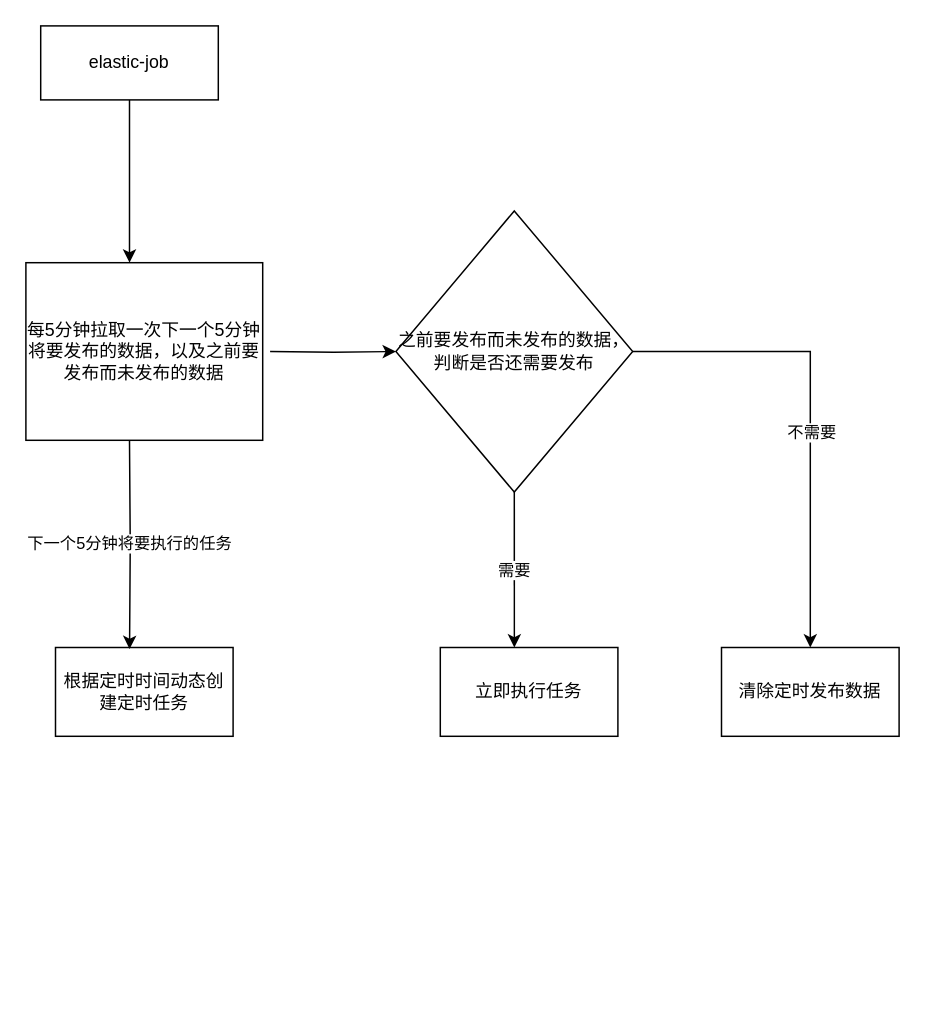
The draw.io diagram Untitled Diagram.drawio in 1363797161/fang, before the edit. Source tidied: cells renumbered, new cells numbered last; positions are measured from the earlier drawing's top-left corner, leaving out a move shared by most shapes. Both pictures are drawn from the tidied source at 148%, with x=0, y=0 at pixel (25, 25).
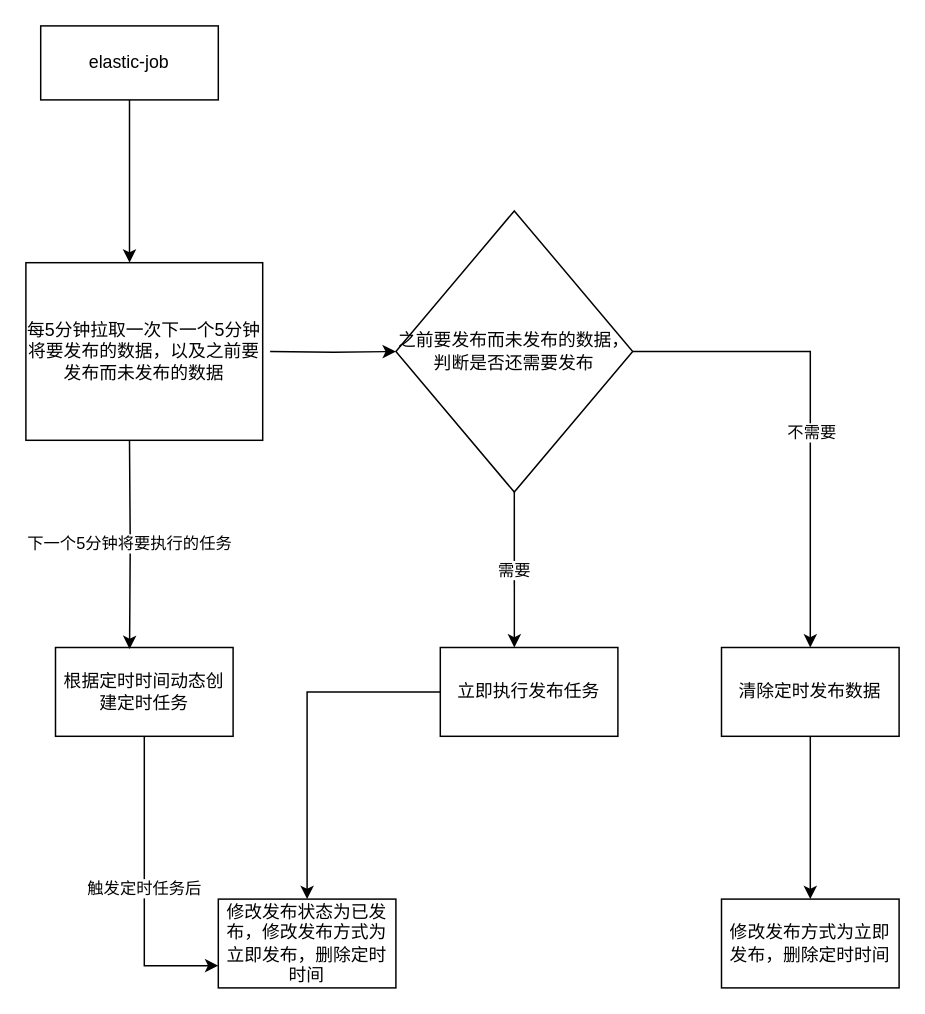
After the change.

The change refers to these unchanged cells:
```xml
<mxCell id="4" value="根据定时时间动态创建定时任务" style="rounded=0;whiteSpace=wrap;html=1;" parent="1" vertex="1">
  <mxGeometry x="20" y="420" width="120" height="60" as="geometry" />
</mxCell>
<mxCell id="12" value="清除定时发布数据" style="rounded=0;whiteSpace=wrap;html=1;" parent="1" vertex="1">
  <mxGeometry x="470" y="420" width="120" height="60" as="geometry" />
</mxCell>
```

Diff of the diagram source:
```diff
@@
+    <mxCell id="14" value="触发定时任务后" style="edgeStyle=orthogonalEdgeStyle;rounded=0;jettySize=auto;html=1;entryX=0;entryY=0.75;entryDx=0;entryDy=0;" parent="1" edge="1" source="4" target="17">
+      <mxGeometry relative="1" as="geometry" />
+    </mxCell>
@@
+    <mxCell id="15" style="edgeStyle=orthogonalEdgeStyle;rounded=0;jettySize=auto;html=1;" parent="1" edge="1" source="5" target="17">
+      <mxGeometry relative="1" as="geometry" />
+    </mxCell>
-    <mxCell id="5" value="立即执行任务" style="rounded=0;whiteSpace=wrap;html=1;" parent="1" vertex="1">
+    <mxCell id="5" value="立即执行发布任务" style="rounded=0;whiteSpace=wrap;html=1;" parent="1" vertex="1">
       <mxGeometry x="280" y="420" width="120" height="60" as="geometry" />
     </mxCell>
@@
+    <mxCell id="16" style="edgeStyle=orthogonalEdgeStyle;rounded=0;jettySize=auto;html=1;entryX=0.5;entryY=0;entryDx=0;entryDy=0;" parent="1" edge="1" source="12" target="18">
+      <mxGeometry relative="1" as="geometry" />
+    </mxCell>
@@
+    <mxCell id="17" value="修改发布状态为已发布，修改发布方式为立即发布，删除定时时间" style="rounded=0;whiteSpace=wrap;html=1;" parent="1" vertex="1">
+      <mxGeometry x="130" y="590" width="120" height="60" as="geometry" />
+    </mxCell>
+    <mxCell id="18" value="修改发布方式为立即发布，删除定时时间" style="rounded=0;whiteSpace=wrap;html=1;" parent="1" vertex="1">
+      <mxGeometry x="470" y="590" width="120" height="60" as="geometry" />
+    </mxCell>
```
